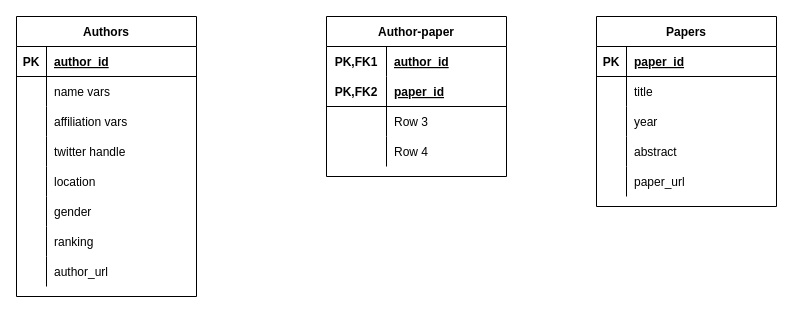
Before: Untitled Diagram.drawio in wjivan/Gender-Research, a draw.io diagram. Source tidied: cells renumbered, new cells numbered last; positions are measured from the earlier drawing's top-left corner, leaving out a move shared by most shapes. Both pictures are drawn from the tidied source at 100%, with x=0, y=0 at pixel (16, 16).
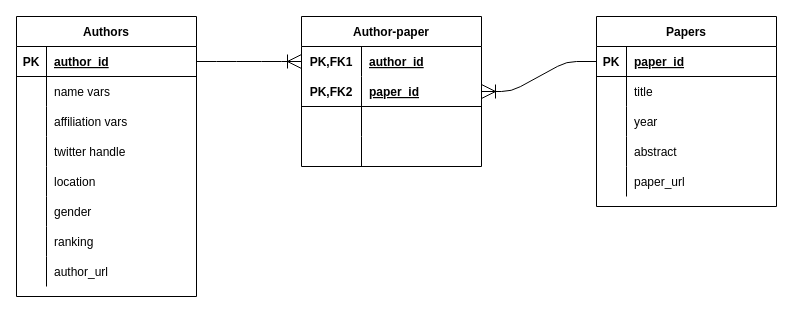
Above is the later version.

Commit message:
Join lines

The change refers to these unchanged cells:
```xml
<mxCell id="3" style="shape=partialRectangle;fillColor=none;top=0;left=0;bottom=1;right=0;points=[[0,0.5],[1,0.5]];portConstraint=eastwest;" parent="2" vertex="1">
  <mxGeometry y="30" width="180" height="30" as="geometry" />
</mxCell>
<mxCell id="28" style="shape=partialRectangle;fillColor=none;top=0;left=0;bottom=1;right=0;points=[[0,0.5],[1,0.5]];portConstraint=eastwest;" parent="27" vertex="1">
  <mxGeometry y="30" width="180" height="30" as="geometry" />
</mxCell>
<mxCell id="44" style="shape=partialRectangle;fillColor=none;top=0;left=0;bottom=0;right=0;points=[[0,0.5],[1,0.5]];portConstraint=eastwest;" parent="43" vertex="1">
  <mxGeometry y="30" width="180" height="30" as="geometry" />
</mxCell>
<mxCell id="47" style="shape=partialRectangle;fillColor=none;top=0;left=0;bottom=1;right=0;points=[[0,0.5],[1,0.5]];portConstraint=eastwest;" parent="43" vertex="1">
  <mxGeometry y="60" width="180" height="30" as="geometry" />
</mxCell>
<mxCell id="50" style="shape=partialRectangle;fillColor=none;top=0;left=0;bottom=0;right=0;" parent="43" vertex="1">
  <mxGeometry y="90" width="180" height="30" as="geometry" />
</mxCell>
<mxCell id="53" style="shape=partialRectangle;fillColor=none;top=0;left=0;bottom=0;right=0;" parent="43" vertex="1">
  <mxGeometry y="120" width="180" height="30" as="geometry" />
</mxCell>
```

The edit, as a diff of the source:
```diff
@@
     <mxCell id="43" value="Author-paper" style="shape=table;startSize=30;childLayout=tableLayout;rowLines=0;fontStyle=1;align=center;" parent="1" vertex="1">
-      <mxGeometry x="310" width="180" height="160" as="geometry" />
+      <mxGeometry x="285" width="180" height="150" as="geometry" />
     </mxCell>
@@
-    <mxCell id="52" value="Row 3" style="shape=partialRectangle;fillColor=none;top=0;left=0;bottom=0;right=0;align=left;spacingLeft=6;overflow=hidden;" parent="50" vertex="1">
+    <mxCell id="52" style="shape=partialRectangle;fillColor=none;top=0;left=0;bottom=0;right=0;align=left;spacingLeft=6;overflow=hidden;" parent="50" vertex="1">
       <mxGeometry x="60" width="120" height="30" as="geometry" />
     </mxCell>
@@
-    <mxCell id="55" value="Row 4" style="shape=partialRectangle;fillColor=none;top=0;left=0;bottom=0;right=0;align=left;spacingLeft=6;overflow=hidden;" parent="53" vertex="1">
+    <mxCell id="55" style="shape=partialRectangle;fillColor=none;top=0;left=0;bottom=0;right=0;align=left;spacingLeft=6;overflow=hidden;" parent="53" vertex="1">
       <mxGeometry x="60" width="120" height="30" as="geometry" />
     </mxCell>
+    <mxCell id="56" style="edgeStyle=entityRelationEdgeStyle;fontSize=12;html=1;endArrow=ERoneToMany;endSize=12;" parent="1" edge="1" source="3" target="44">
+      <mxGeometry relative="1" as="geometry" />
+    </mxCell>
+    <mxCell id="57" style="edgeStyle=entityRelationEdgeStyle;fontSize=12;html=1;endArrow=ERoneToMany;endSize=12;" parent="1" edge="1" source="28" target="47">
+      <mxGeometry relative="1" as="geometry" />
+    </mxCell>
```
